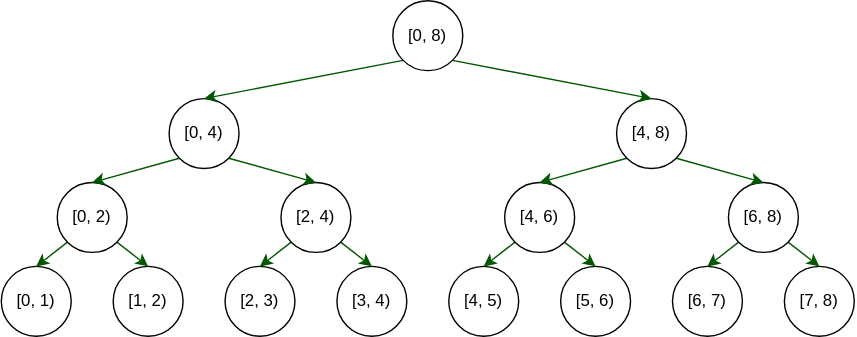
Earlier version of the draw.io export segment_tree/sg1.svg (kolychestiy/olymp). Source tidied: cells renumbered, new cells last; positions are measured from the earlier drawing's top-left corner, leaving out a move shared by most shapes.
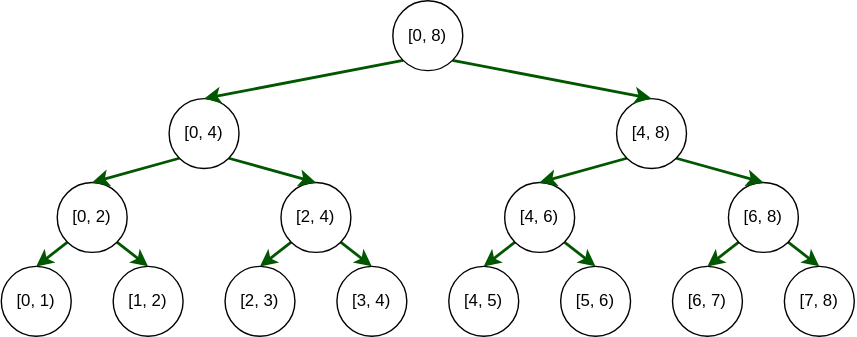
The same file after the commit.

What changed in the source:
```diff
@@ -8,10 +8,10 @@
     <mxCell id="3" value="[1, 2)" style="ellipse;whiteSpace=wrap;html=1;strokeColor=default;" parent="1" vertex="1">
       <mxGeometry x="80" y="190" width="50" height="50" as="geometry" />
     </mxCell>
-    <mxCell id="4" style="edgeStyle=none;html=1;exitX=0;exitY=1;exitDx=0;exitDy=0;entryX=0.5;entryY=0;entryDx=0;entryDy=0;strokeColor=#005700;fillColor=#008a00;" parent="1" edge="1" source="6" target="2">
+    <mxCell id="4" style="edgeStyle=none;html=1;exitX=0;exitY=1;exitDx=0;exitDy=0;entryX=0.5;entryY=0;entryDx=0;entryDy=0;strokeColor=#005700;fillColor=#008a00;strokeWidth=2;" parent="1" edge="1" source="6" target="2">
       <mxGeometry relative="1" as="geometry" />
     </mxCell>
-    <mxCell id="5" style="edgeStyle=none;html=1;exitX=1;exitY=1;exitDx=0;exitDy=0;entryX=0.5;entryY=0;entryDx=0;entryDy=0;strokeColor=#005700;fillColor=#008a00;" parent="1" edge="1" source="6" target="3">
+    <mxCell id="5" style="edgeStyle=none;html=1;exitX=1;exitY=1;exitDx=0;exitDy=0;entryX=0.5;entryY=0;entryDx=0;entryDy=0;strokeColor=#005700;fillColor=#008a00;strokeWidth=2;" parent="1" edge="1" source="6" target="3">
       <mxGeometry relative="1" as="geometry" />
     </mxCell>
     <mxCell id="6" value="[0, 2)" style="ellipse;whiteSpace=wrap;html=1;strokeColor=default;" parent="1" vertex="1">
@@ -23,19 +23,19 @@
     <mxCell id="8" value="[3, 4)" style="ellipse;whiteSpace=wrap;html=1;strokeColor=default;" parent="1" vertex="1">
       <mxGeometry x="240" y="190" width="50" height="50" as="geometry" />
     </mxCell>
-    <mxCell id="9" style="edgeStyle=none;html=1;exitX=0;exitY=1;exitDx=0;exitDy=0;entryX=0.5;entryY=0;entryDx=0;entryDy=0;strokeColor=#005700;fillColor=#008a00;" parent="1" edge="1" source="11" target="7">
+    <mxCell id="9" style="edgeStyle=none;html=1;exitX=0;exitY=1;exitDx=0;exitDy=0;entryX=0.5;entryY=0;entryDx=0;entryDy=0;strokeColor=#005700;fillColor=#008a00;strokeWidth=2;" parent="1" edge="1" source="11" target="7">
       <mxGeometry relative="1" as="geometry" />
     </mxCell>
-    <mxCell id="10" style="edgeStyle=none;html=1;exitX=1;exitY=1;exitDx=0;exitDy=0;entryX=0.5;entryY=0;entryDx=0;entryDy=0;strokeColor=#005700;fillColor=#008a00;" parent="1" edge="1" source="11" target="8">
+    <mxCell id="10" style="edgeStyle=none;html=1;exitX=1;exitY=1;exitDx=0;exitDy=0;entryX=0.5;entryY=0;entryDx=0;entryDy=0;strokeColor=#005700;fillColor=#008a00;strokeWidth=2;" parent="1" edge="1" source="11" target="8">
       <mxGeometry relative="1" as="geometry" />
     </mxCell>
     <mxCell id="11" value="[2, 4)" style="ellipse;whiteSpace=wrap;html=1;strokeColor=default;" parent="1" vertex="1">
       <mxGeometry x="200" y="130" width="50" height="50" as="geometry" />
     </mxCell>
-    <mxCell id="12" style="edgeStyle=none;html=1;exitX=0;exitY=1;exitDx=0;exitDy=0;entryX=0.5;entryY=0;entryDx=0;entryDy=0;strokeWidth=1;strokeColor=#005700;fillColor=#008a00;" parent="1" edge="1" source="14" target="6">
+    <mxCell id="12" style="edgeStyle=none;html=1;exitX=0;exitY=1;exitDx=0;exitDy=0;entryX=0.5;entryY=0;entryDx=0;entryDy=0;strokeWidth=2;strokeColor=#005700;fillColor=#008a00;" parent="1" edge="1" source="14" target="6">
       <mxGeometry relative="1" as="geometry" />
     </mxCell>
-    <mxCell id="13" style="edgeStyle=none;html=1;exitX=1;exitY=1;exitDx=0;exitDy=0;entryX=0.5;entryY=0;entryDx=0;entryDy=0;strokeWidth=1;strokeColor=#005700;fillColor=#008a00;" parent="1" edge="1" source="14" target="11">
+    <mxCell id="13" style="edgeStyle=none;html=1;exitX=1;exitY=1;exitDx=0;exitDy=0;entryX=0.5;entryY=0;entryDx=0;entryDy=0;strokeWidth=2;strokeColor=#005700;fillColor=#008a00;" parent="1" edge="1" source="14" target="11">
       <mxGeometry relative="1" as="geometry" />
     </mxCell>
     <mxCell id="14" value="[0, 4)" style="ellipse;whiteSpace=wrap;html=1;strokeColor=default;" parent="1" vertex="1">
@@ -47,10 +47,10 @@
     <mxCell id="16" value="[5, 6)" style="ellipse;whiteSpace=wrap;html=1;strokeColor=default;" parent="1" vertex="1">
       <mxGeometry x="400" y="190" width="50" height="50" as="geometry" />
     </mxCell>
-    <mxCell id="17" style="edgeStyle=none;html=1;exitX=0;exitY=1;exitDx=0;exitDy=0;entryX=0.5;entryY=0;entryDx=0;entryDy=0;strokeColor=#005700;fillColor=#008a00;" parent="1" edge="1" source="19" target="15">
+    <mxCell id="17" style="edgeStyle=none;html=1;exitX=0;exitY=1;exitDx=0;exitDy=0;entryX=0.5;entryY=0;entryDx=0;entryDy=0;strokeColor=#005700;fillColor=#008a00;strokeWidth=2;" parent="1" edge="1" source="19" target="15">
       <mxGeometry relative="1" as="geometry" />
     </mxCell>
-    <mxCell id="18" style="edgeStyle=none;html=1;exitX=1;exitY=1;exitDx=0;exitDy=0;entryX=0.5;entryY=0;entryDx=0;entryDy=0;strokeColor=#005700;fillColor=#008a00;" parent="1" edge="1" source="19" target="16">
+    <mxCell id="18" style="edgeStyle=none;html=1;exitX=1;exitY=1;exitDx=0;exitDy=0;entryX=0.5;entryY=0;entryDx=0;entryDy=0;strokeColor=#005700;fillColor=#008a00;strokeWidth=2;" parent="1" edge="1" source="19" target="16">
       <mxGeometry relative="1" as="geometry" />
     </mxCell>
     <mxCell id="19" value="[4, 6)" style="ellipse;whiteSpace=wrap;html=1;strokeColor=default;" parent="1" vertex="1">
@@ -62,28 +62,28 @@
     <mxCell id="21" value="[7, 8)" style="ellipse;whiteSpace=wrap;html=1;strokeColor=default;" parent="1" vertex="1">
       <mxGeometry x="560" y="190" width="50" height="50" as="geometry" />
     </mxCell>
-    <mxCell id="22" style="edgeStyle=none;html=1;exitX=0;exitY=1;exitDx=0;exitDy=0;entryX=0.5;entryY=0;entryDx=0;entryDy=0;strokeColor=#005700;fillColor=#008a00;" parent="1" edge="1" source="24" target="20">
+    <mxCell id="22" style="edgeStyle=none;html=1;exitX=0;exitY=1;exitDx=0;exitDy=0;entryX=0.5;entryY=0;entryDx=0;entryDy=0;strokeColor=#005700;fillColor=#008a00;strokeWidth=2;" parent="1" edge="1" source="24" target="20">
       <mxGeometry relative="1" as="geometry" />
     </mxCell>
-    <mxCell id="23" style="edgeStyle=none;html=1;exitX=1;exitY=1;exitDx=0;exitDy=0;entryX=0.5;entryY=0;entryDx=0;entryDy=0;strokeColor=#005700;fillColor=#008a00;" parent="1" edge="1" source="24" target="21">
+    <mxCell id="23" style="edgeStyle=none;html=1;exitX=1;exitY=1;exitDx=0;exitDy=0;entryX=0.5;entryY=0;entryDx=0;entryDy=0;strokeColor=#005700;fillColor=#008a00;strokeWidth=2;" parent="1" edge="1" source="24" target="21">
       <mxGeometry relative="1" as="geometry" />
     </mxCell>
     <mxCell id="24" value="[6, 8)" style="ellipse;whiteSpace=wrap;html=1;strokeColor=default;" parent="1" vertex="1">
       <mxGeometry x="520" y="130" width="50" height="50" as="geometry" />
     </mxCell>
-    <mxCell id="25" style="edgeStyle=none;html=1;exitX=0;exitY=1;exitDx=0;exitDy=0;entryX=0.5;entryY=0;entryDx=0;entryDy=0;strokeWidth=1;strokeColor=#005700;fillColor=#008a00;" parent="1" edge="1" source="27" target="19">
+    <mxCell id="25" style="edgeStyle=none;html=1;exitX=0;exitY=1;exitDx=0;exitDy=0;entryX=0.5;entryY=0;entryDx=0;entryDy=0;strokeWidth=2;strokeColor=#005700;fillColor=#008a00;" parent="1" edge="1" source="27" target="19">
       <mxGeometry relative="1" as="geometry" />
     </mxCell>
-    <mxCell id="26" style="edgeStyle=none;html=1;exitX=1;exitY=1;exitDx=0;exitDy=0;entryX=0.5;entryY=0;entryDx=0;entryDy=0;strokeWidth=1;strokeColor=#005700;fillColor=#008a00;" parent="1" edge="1" source="27" target="24">
+    <mxCell id="26" style="edgeStyle=none;html=1;exitX=1;exitY=1;exitDx=0;exitDy=0;entryX=0.5;entryY=0;entryDx=0;entryDy=0;strokeWidth=2;strokeColor=#005700;fillColor=#008a00;" parent="1" edge="1" source="27" target="24">
       <mxGeometry relative="1" as="geometry" />
     </mxCell>
     <mxCell id="27" value="[4, 8)" style="ellipse;whiteSpace=wrap;html=1;strokeColor=default;" parent="1" vertex="1">
       <mxGeometry x="440" y="70" width="50" height="50" as="geometry" />
     </mxCell>
-    <mxCell id="28" style="edgeStyle=none;html=1;exitX=0;exitY=1;exitDx=0;exitDy=0;entryX=0.5;entryY=0;entryDx=0;entryDy=0;strokeWidth=1;strokeColor=#005700;fillColor=#008a00;" parent="1" edge="1" source="30" target="14">
+    <mxCell id="28" style="edgeStyle=none;html=1;exitX=0;exitY=1;exitDx=0;exitDy=0;entryX=0.5;entryY=0;entryDx=0;entryDy=0;strokeWidth=2;strokeColor=#005700;fillColor=#008a00;" parent="1" edge="1" source="30" target="14">
       <mxGeometry relative="1" as="geometry" />
     </mxCell>
-    <mxCell id="29" style="edgeStyle=none;html=1;exitX=1;exitY=1;exitDx=0;exitDy=0;entryX=0.5;entryY=0;entryDx=0;entryDy=0;strokeWidth=1;strokeColor=#005700;fillColor=#008a00;" parent="1" edge="1" source="30" target="27">
+    <mxCell id="29" style="edgeStyle=none;html=1;exitX=1;exitY=1;exitDx=0;exitDy=0;entryX=0.5;entryY=0;entryDx=0;entryDy=0;strokeWidth=2;strokeColor=#005700;fillColor=#008a00;" parent="1" edge="1" source="30" target="27">
       <mxGeometry relative="1" as="geometry" />
     </mxCell>
     <mxCell id="30" value="[0, 8)" style="ellipse;whiteSpace=wrap;html=1;strokeColor=default;" parent="1" vertex="1">
```
